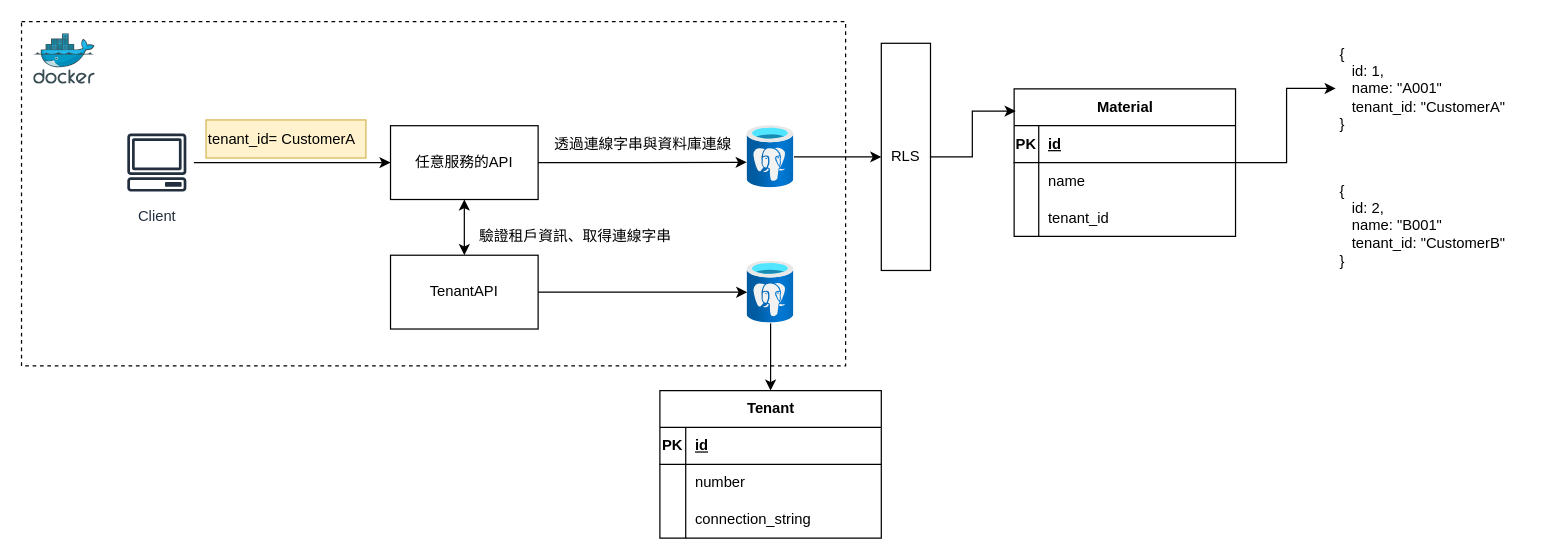
The draw.io diagram systemDesign.drawio in LIN-CHIN/multiple-tenant-ef-solution, before the edit. Source tidied: cells renumbered, new cells numbered last; positions are measured from the earlier drawing's top-left corner, leaving out a move shared by most shapes. Both pictures are drawn from the tidied source at 123%, with x=0, y=0 at pixel (21, 21).
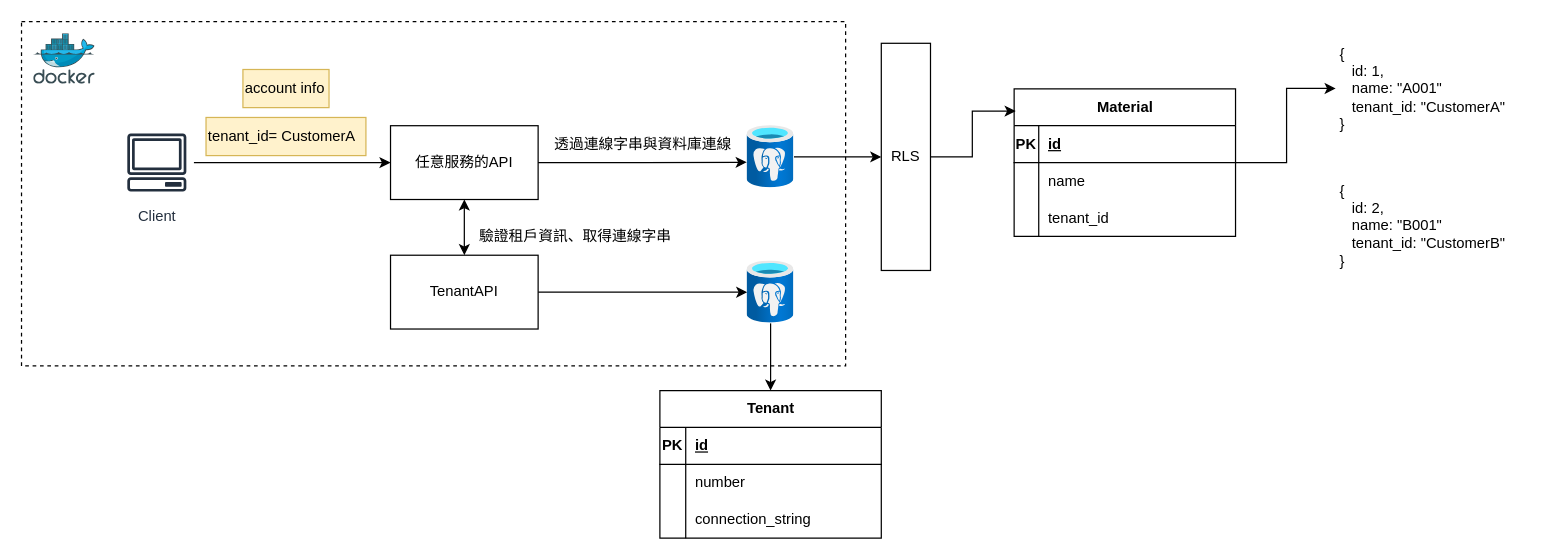
The same diagram, later.

Commit message:
feat: the process of the client sending account information to any API.

The edit, as a diff of the source:
```diff
@@
     <mxCell id="15" value="tenant_id=&amp;nbsp;CustomerA" style="rounded=0;whiteSpace=wrap;html=1;fillColor=#fff2cc;strokeColor=#d6b656;align=left;" parent="1" vertex="1">
-      <mxGeometry x="150" y="80" width="130" height="31" as="geometry" />
+      <mxGeometry x="150" y="78" width="130" height="31" as="geometry" />
     </mxCell>
@@
+    <mxCell id="43" value="account info" style="rounded=0;whiteSpace=wrap;html=1;fillColor=#fff2cc;strokeColor=#d6b656;align=left;" parent="1" vertex="1">
+      <mxGeometry x="180" y="39" width="70" height="31" as="geometry" />
+    </mxCell>
```
